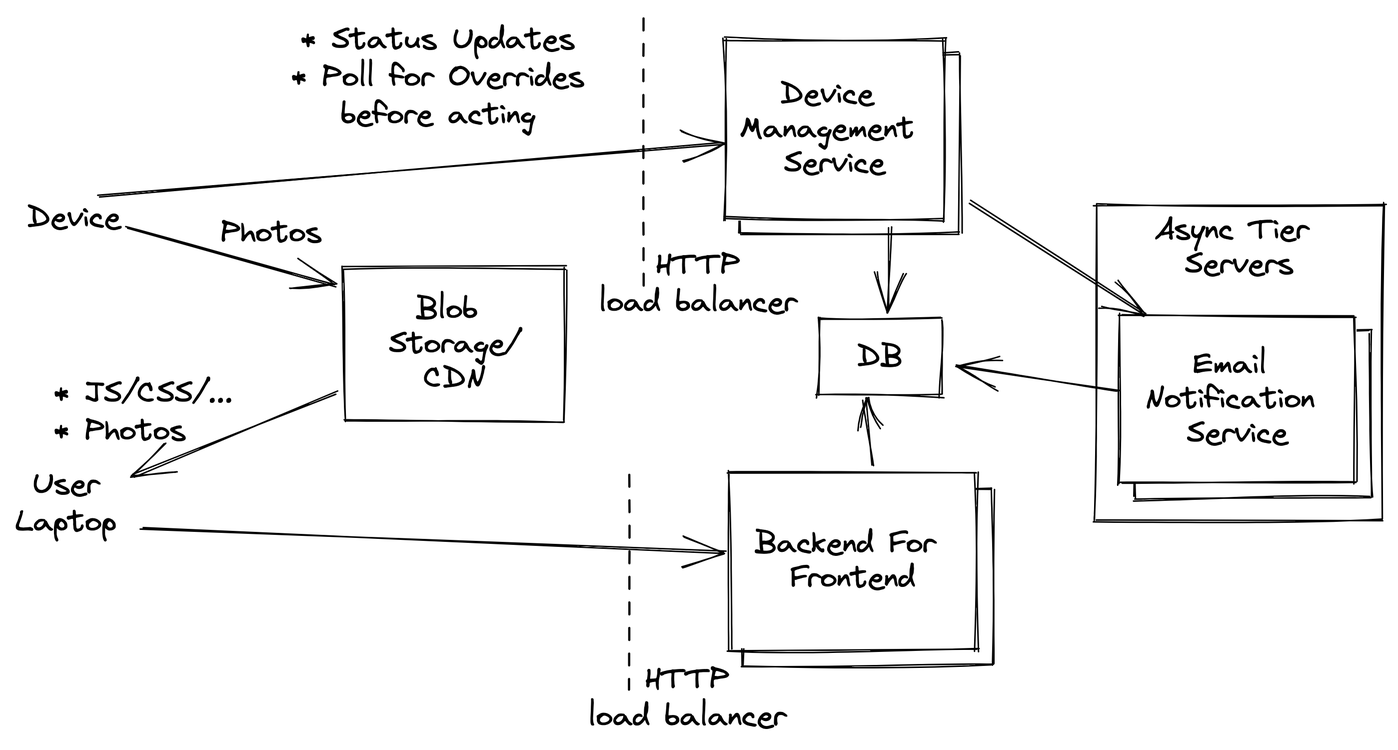
Before: server-infrastructure.excalidraw.png, a diagram exported from Excalidraw (alsuren/interview-2022-10-31). Source tidied: one line per element, renumbered; positions are measured from the earlier drawing's top-left corner, leaving out a move shared by most shapes.
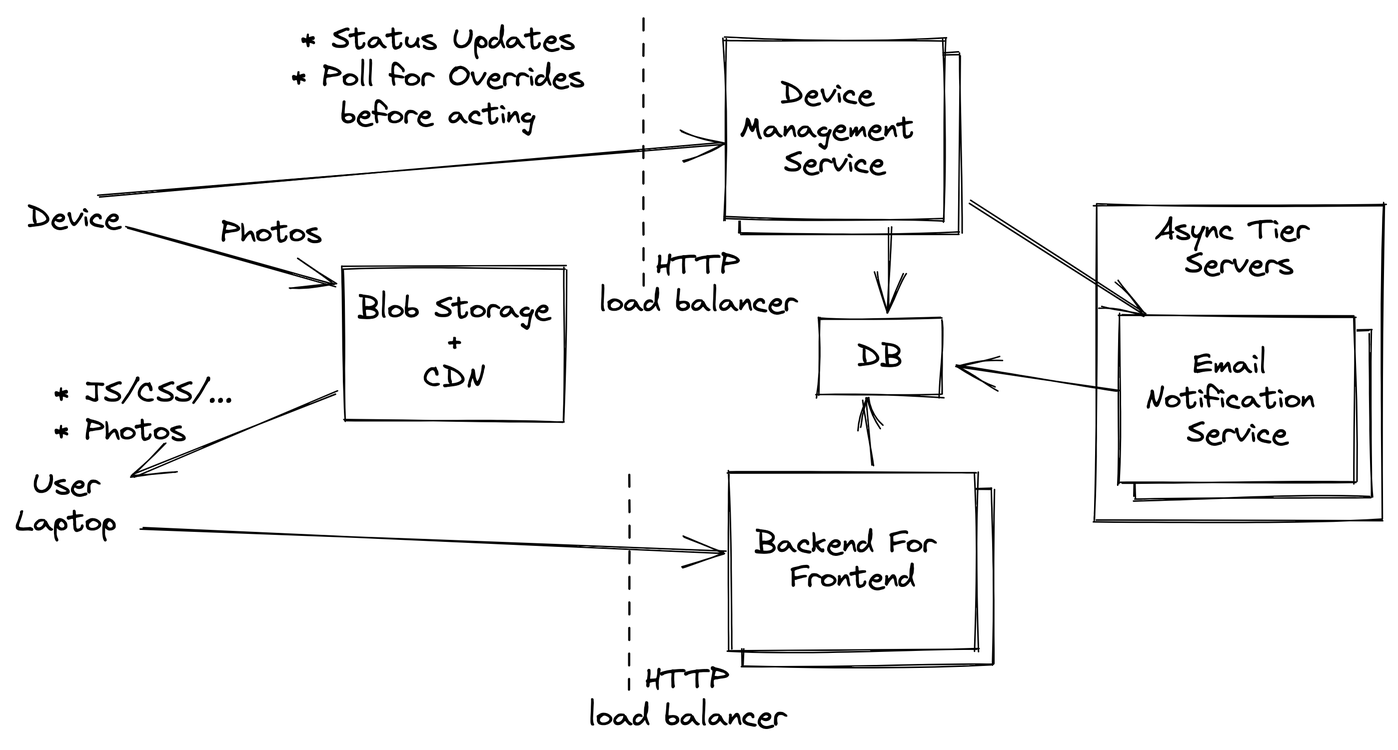
The same diagram one commit later.

What changed in the source:
```diff
@@ -8,8 +8,8 @@
 {"id": 7, "type": "text", "text": "Backend For \nFrontend", "strokeColor": "#000000", "strokeWidth": 1, "roughness": 1, "fontSize": 20, "fontFamily": 1, "textAlign": "center", "verticalAlign": "middle", "inside": 6, "x": 491, "y": 351, "width": 155, "height": 46}
 {"id": 8, "type": "rectangle", "strokeColor": "#000000", "backgroundColor": "#fff", "fillStyle": "solid", "strokeWidth": 1, "roughness": 1, "x": 484, "y": 27, "width": 146, "height": 120}
 {"id": 9, "type": "text", "text": "Device \nManagement \nService", "strokeColor": "#000000", "strokeWidth": 1, "roughness": 1, "fontSize": 20, "fontFamily": 1, "textAlign": "center", "verticalAlign": "middle", "inside": 8, "x": 489, "y": 52, "width": 136, "height": 69}
-{"id": 10, "type": "rectangle", "strokeColor": "#000000", "strokeWidth": 1, "roughness": 1, "x": 220, "y": 169, "width": 147, "height": 102}
+{"id": 10, "type": "rectangle", "strokeColor": "#000000", "strokeWidth": 1, "roughness": 1, "x": 219, "y": 169, "width": 147, "height": 102}
-{"id": 11, "type": "text", "text": "Blob \nStorage/\nCDN", "strokeColor": "#000000", "strokeWidth": 1, "roughness": 1, "fontSize": 20, "fontFamily": 1, "textAlign": "center", "verticalAlign": "middle", "inside": 10, "x": 225, "y": 185, "width": 137, "height": 69}
+{"id": 11, "type": "text", "text": "Blob Storage\n+\nCDN", "strokeColor": "#000000", "strokeWidth": 1, "roughness": 1, "fontSize": 20, "fontFamily": 1, "textAlign": "center", "verticalAlign": "middle", "inside": 10, "x": 224, "y": 185, "width": 137, "height": 69}
 {"id": 12, "type": "arrow", "strokeColor": "#000000", "strokeWidth": 1, "roughness": 1, "endArrowhead": "arrow", "from": 21, "to": 10, "x": 75, "y": 142, "width": 139, "height": 38, "points": [[0, 0], [139, 38]]}
 {"id": 13, "type": "text", "text": "Photos", "strokeColor": "#000000", "strokeWidth": 1, "roughness": 1, "fontSize": 20, "fontFamily": 1, "textAlign": "center", "x": 137, "y": 133, "width": 68, "height": 25}
 {"id": 14, "type": "arrow", "strokeColor": "#000000", "strokeWidth": 1, "roughness": 1, "endArrowhead": "arrow", "from": 21, "to": 15, "x": 56, "y": 122, "width": 416, "height": 36, "points": [[0, 0], [416, -36]]}
```
